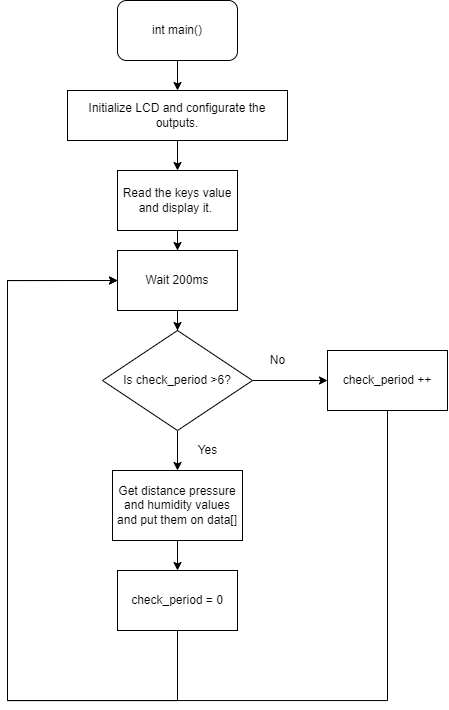
Above: img/FlowChartMain.drawio.png in unaxlasa/Water-Tank-Project (draw.io), before the change. Source tidied: cells renumbered, new cells last; positions are measured from the earlier drawing's top-left corner, leaving out a move shared by most shapes. Its diagram source:
```xml
<mxGraphModel>
  <root>
    <mxCell id="0" />
    <mxCell id="1" parent="0" />
    <mxCell id="2" style="edgeStyle=orthogonalEdgeStyle;rounded=0;jettySize=auto;html=1;" parent="1" edge="1" source="3" target="5">
      <mxGeometry relative="1" as="geometry" />
    </mxCell>
    <mxCell id="3" value="Initialize LCD and configurate the outputs." style="rounded=0;whiteSpace=wrap;html=1;" parent="1" vertex="1">
      <mxGeometry x="60" y="90" width="220" height="50" as="geometry" />
    </mxCell>
    <mxCell id="4" style="edgeStyle=orthogonalEdgeStyle;rounded=0;jettySize=auto;html=1;" parent="1" edge="1" source="5" target="10">
      <mxGeometry relative="1" as="geometry" />
    </mxCell>
    <mxCell id="5" value="Read the keys value and display it.&amp;nbsp;" style="rounded=0;whiteSpace=wrap;html=1;" parent="1" vertex="1">
      <mxGeometry x="110" y="170" width="120" height="60" as="geometry" />
    </mxCell>
    <mxCell id="6" style="edgeStyle=orthogonalEdgeStyle;rounded=0;jettySize=auto;html=1;" parent="1" edge="1" source="8" target="12">
      <mxGeometry relative="1" as="geometry" />
    </mxCell>
    <mxCell id="7" style="edgeStyle=orthogonalEdgeStyle;rounded=0;jettySize=auto;html=1;" parent="1" edge="1" source="8" target="14">
      <mxGeometry relative="1" as="geometry" />
    </mxCell>
    <mxCell id="8" value="Is check_period &amp;gt;6?" style="rhombus;whiteSpace=wrap;html=1;" parent="1" vertex="1">
      <mxGeometry x="95" y="330" width="150" height="100" as="geometry" />
    </mxCell>
    <mxCell id="9" style="edgeStyle=orthogonalEdgeStyle;rounded=0;jettySize=auto;html=1;" parent="1" edge="1" source="10" target="8">
      <mxGeometry relative="1" as="geometry" />
    </mxCell>
    <mxCell id="10" value="Wait 200ms" style="rounded=0;whiteSpace=wrap;html=1;" parent="1" vertex="1">
      <mxGeometry x="110" y="250" width="120" height="60" as="geometry" />
    </mxCell>
    <mxCell id="11" style="edgeStyle=orthogonalEdgeStyle;rounded=0;jettySize=auto;html=1;" parent="1" edge="1" source="12" target="16">
      <mxGeometry relative="1" as="geometry" />
    </mxCell>
    <mxCell id="12" value="Get distance pressure and humidity values and put them on data[]" style="rounded=0;whiteSpace=wrap;html=1;" parent="1" vertex="1">
      <mxGeometry x="105" y="470" width="130" height="70" as="geometry" />
    </mxCell>
    <mxCell id="13" style="edgeStyle=orthogonalEdgeStyle;rounded=0;jettySize=auto;html=1;exitX=0.5;exitY=1;exitDx=0;exitDy=0;entryX=0;entryY=0.5;entryDx=0;entryDy=0;" parent="1" edge="1" source="14" target="10">
      <mxGeometry relative="1" as="geometry">
        <Array as="points">
          <mxPoint x="380" y="700" />
          <mxPoint y="700" />
          <mxPoint y="280" />
        </Array>
      </mxGeometry>
    </mxCell>
    <mxCell id="14" value="check_period ++" style="rounded=0;whiteSpace=wrap;html=1;" parent="1" vertex="1">
      <mxGeometry x="320" y="350" width="120" height="60" as="geometry" />
    </mxCell>
    <mxCell id="15" style="edgeStyle=orthogonalEdgeStyle;rounded=0;jettySize=auto;html=1;exitX=0.5;exitY=1;exitDx=0;exitDy=0;" parent="1" edge="1" source="16">
      <mxGeometry relative="1" as="geometry">
        <mxPoint x="110" y="280" as="targetPoint" />
        <Array as="points">
          <mxPoint x="170" y="700" />
          <mxPoint y="700" />
          <mxPoint y="280" />
        </Array>
      </mxGeometry>
    </mxCell>
    <mxCell id="16" value="check_period = 0" style="rounded=0;whiteSpace=wrap;html=1;" parent="1" vertex="1">
      <mxGeometry x="110" y="570" width="120" height="60" as="geometry" />
    </mxCell>
    <mxCell id="17" style="edgeStyle=orthogonalEdgeStyle;rounded=0;jettySize=auto;html=1;exitX=0.5;exitY=1;exitDx=0;exitDy=0;entryX=0.5;entryY=0;entryDx=0;entryDy=0;" parent="1" edge="1" source="18" target="3">
      <mxGeometry relative="1" as="geometry" />
    </mxCell>
    <mxCell id="18" value="int main()" style="rounded=1;whiteSpace=wrap;html=1;" parent="1" vertex="1">
      <mxGeometry x="110" width="120" height="60" as="geometry" />
    </mxCell>
    <mxCell id="19" value="No" style="text;html=1;align=center;verticalAlign=middle;strokeColor=none;fillColor=none;" parent="1" vertex="1">
      <mxGeometry x="255" y="350" width="30" height="20" as="geometry" />
    </mxCell>
    <mxCell id="20" value="Yes" style="text;html=1;align=center;verticalAlign=middle;strokeColor=none;fillColor=none;" parent="1" vertex="1">
      <mxGeometry x="180" y="440" width="40" height="20" as="geometry" />
    </mxCell>
  </root>
</mxGraphModel>
```
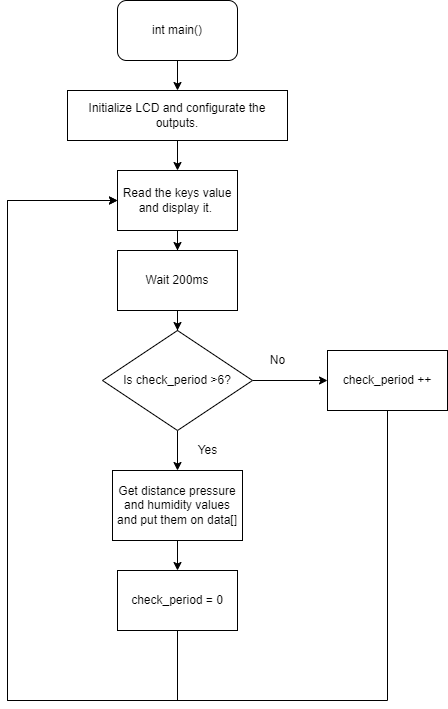
Above is the later version.

What changed in the source:
```diff
@@ -35,25 +35,24 @@
     <mxCell id="12" value="Get distance pressure and humidity values and put them on data[]" style="rounded=0;whiteSpace=wrap;html=1;" parent="1" vertex="1">
       <mxGeometry x="105" y="470" width="130" height="70" as="geometry" />
     </mxCell>
-    <mxCell id="13" style="edgeStyle=orthogonalEdgeStyle;rounded=0;jettySize=auto;html=1;exitX=0.5;exitY=1;exitDx=0;exitDy=0;entryX=0;entryY=0.5;entryDx=0;entryDy=0;" parent="1" edge="1" source="14" target="10">
+    <mxCell id="13" style="edgeStyle=orthogonalEdgeStyle;rounded=0;jettySize=auto;html=1;exitX=0.5;exitY=1;exitDx=0;exitDy=0;entryX=0;entryY=0.5;entryDx=0;entryDy=0;" parent="1" edge="1" source="14" target="5">
       <mxGeometry relative="1" as="geometry">
         <Array as="points">
           <mxPoint x="380" y="700" />
           <mxPoint y="700" />
-          <mxPoint y="280" />
+          <mxPoint y="200" />
         </Array>
       </mxGeometry>
     </mxCell>
     <mxCell id="14" value="check_period ++" style="rounded=0;whiteSpace=wrap;html=1;" parent="1" vertex="1">
       <mxGeometry x="320" y="350" width="120" height="60" as="geometry" />
     </mxCell>
-    <mxCell id="15" style="edgeStyle=orthogonalEdgeStyle;rounded=0;jettySize=auto;html=1;exitX=0.5;exitY=1;exitDx=0;exitDy=0;" parent="1" edge="1" source="16">
+    <mxCell id="15" style="edgeStyle=orthogonalEdgeStyle;rounded=0;jettySize=auto;html=1;exitX=0.5;exitY=1;exitDx=0;exitDy=0;entryX=0;entryY=0.5;entryDx=0;entryDy=0;" parent="1" edge="1" source="16" target="5">
       <mxGeometry relative="1" as="geometry">
-        <mxPoint x="110" y="280" as="targetPoint" />
         <Array as="points">
           <mxPoint x="170" y="700" />
           <mxPoint y="700" />
-          <mxPoint y="280" />
+          <mxPoint y="200" />
         </Array>
       </mxGeometry>
     </mxCell>
```
